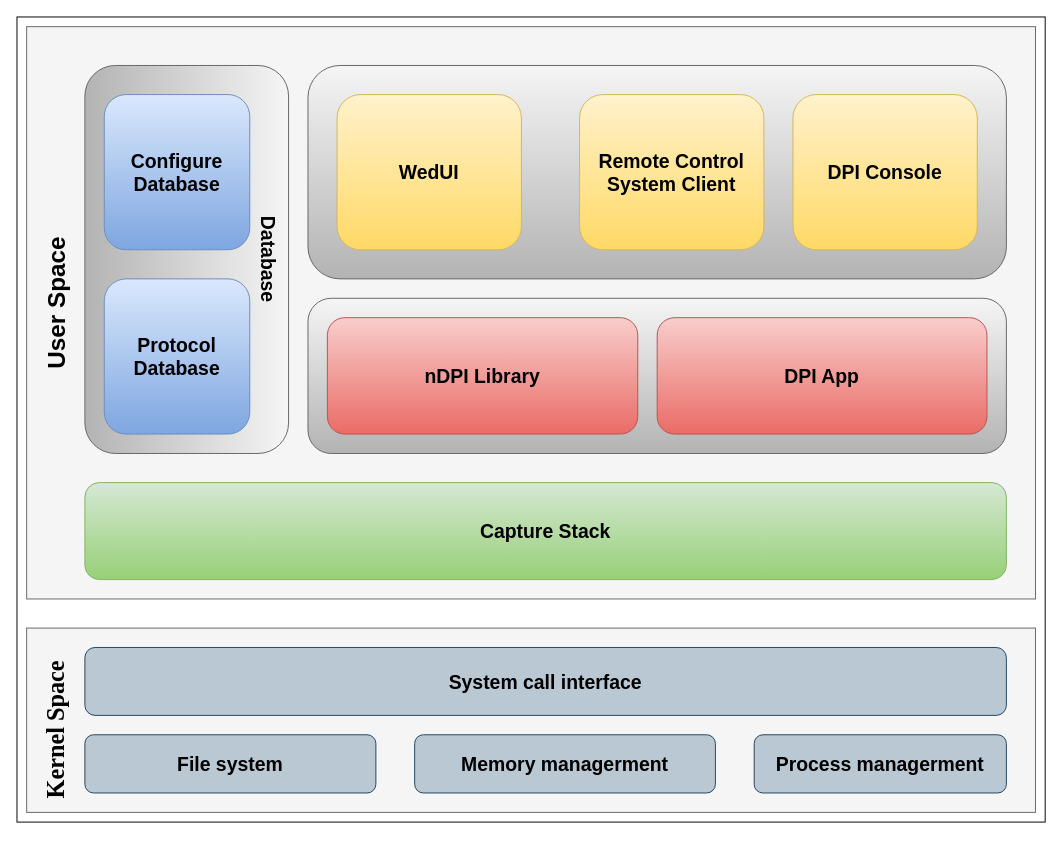
Before: function.drawio in nhatdevemb/Image_galerry, a draw.io diagram. Source tidied: cells renumbered, new cells numbered last; positions are measured from the earlier drawing's top-left corner, leaving out a move shared by most shapes. Both pictures are drawn from the tidied source at 97%, with x=0, y=0 at pixel (-66, 16).
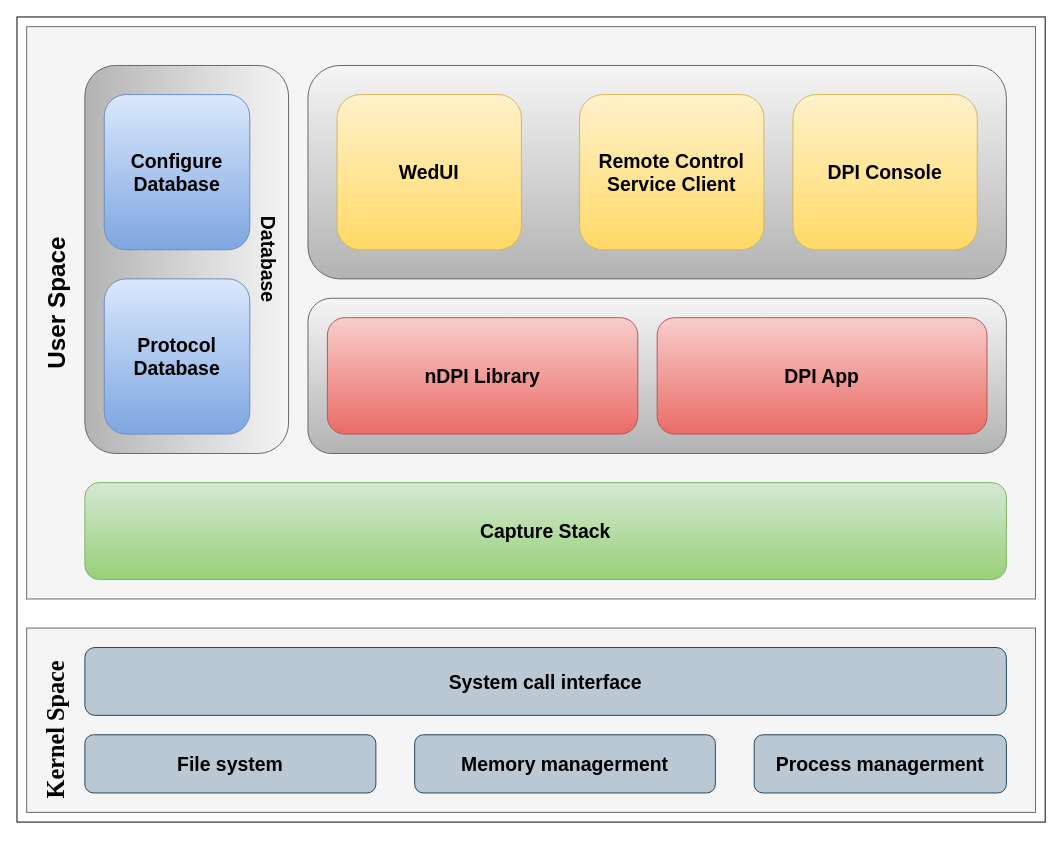
Above is the later version.

What changed in the source:
```diff
@@
-    <mxCell id="9" value="Remote Control System Client" style="rounded=1;whiteSpace=wrap;html=1;fontSize=20;fontStyle=1;fillColor=#fff2cc;gradientColor=#ffd966;strokeColor=#d6b656;" parent="1" vertex="1">
+    <mxCell id="9" value="Remote Control Service Client" style="rounded=1;whiteSpace=wrap;html=1;fontSize=20;fontStyle=1;fillColor=#fff2cc;gradientColor=#ffd966;strokeColor=#d6b656;" parent="1" vertex="1">
       <mxGeometry x="665" y="80" width="190" height="160" as="geometry" />
     </mxCell>
```
